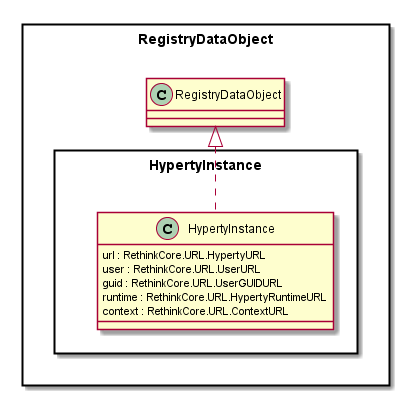
The PlantUML diagram docs/datamodel/Hyperty-Instance-Data-Object-Model.png in reTHINK-project/dev-service-framework, before a commit.
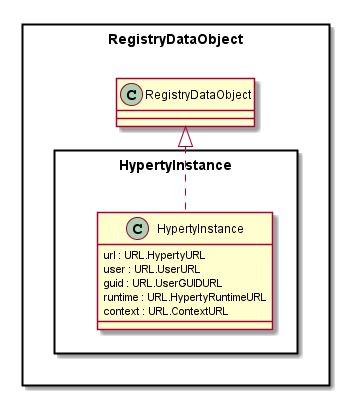
The same file after the commit.

Diff of the diagram source:
```diff
@@ -7,11 +7,11 @@
 
 
 	class HypertyInstance {
-		url : RethinkCore.URL.HypertyURL
-		user : RethinkCore.URL.UserURL
-		guid : RethinkCore.URL.UserGUIDURL
-		runtime : RethinkCore.URL.HypertyRuntimeURL
-		context : RethinkCore.URL.ContextURL
+		url : URL.HypertyURL
+		user : URL.UserURL
+		guid : URL.UserGUIDURL
+		runtime : URL.HypertyRuntimeURL
+		context : URL.ContextURL
 	}
 
 }
```
